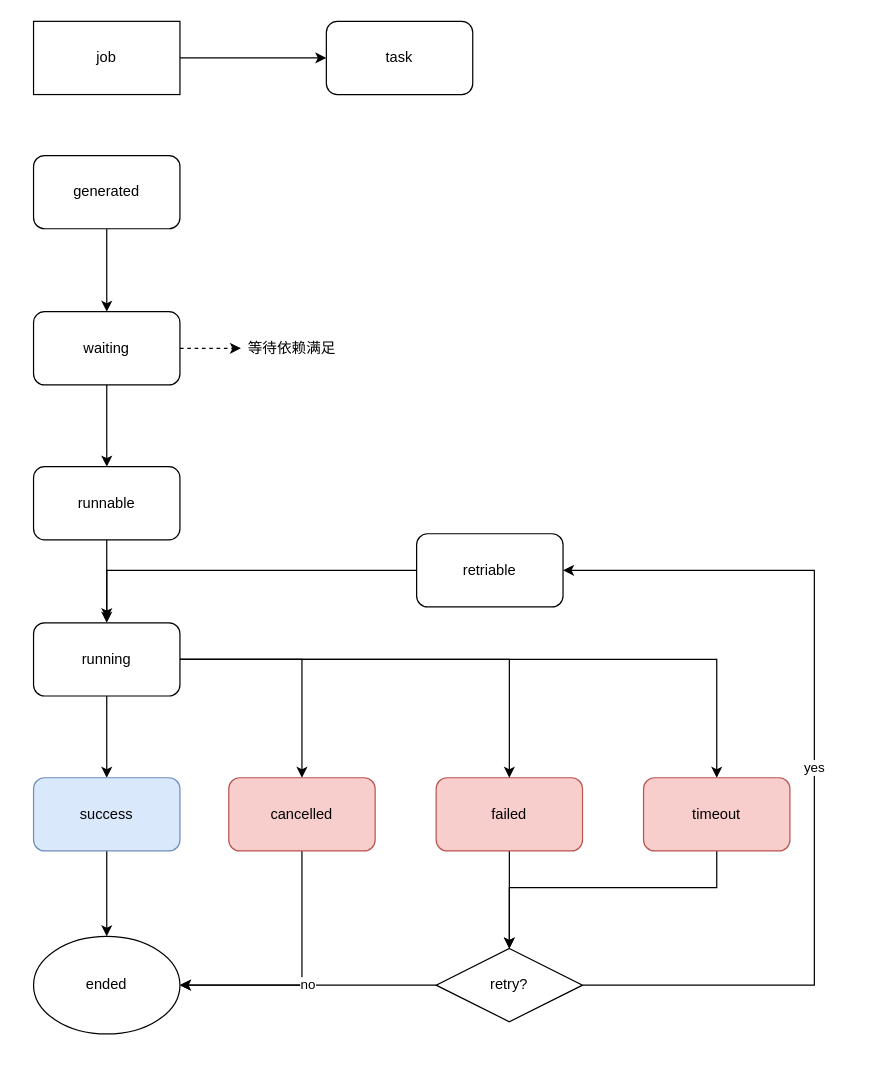
Above: page "job lifecycle" (2 of 2) of simple-scheduler.drawio in gabrywu/drawio-dag (draw.io), before the change. Source tidied: cells renumbered, new cells numbered last; positions are measured from the earlier drawing's top-left corner, leaving out a move shared by most shapes. Both pictures are drawn from the tidied source at 122%, with x=0, y=0 at pixel (33, 21).
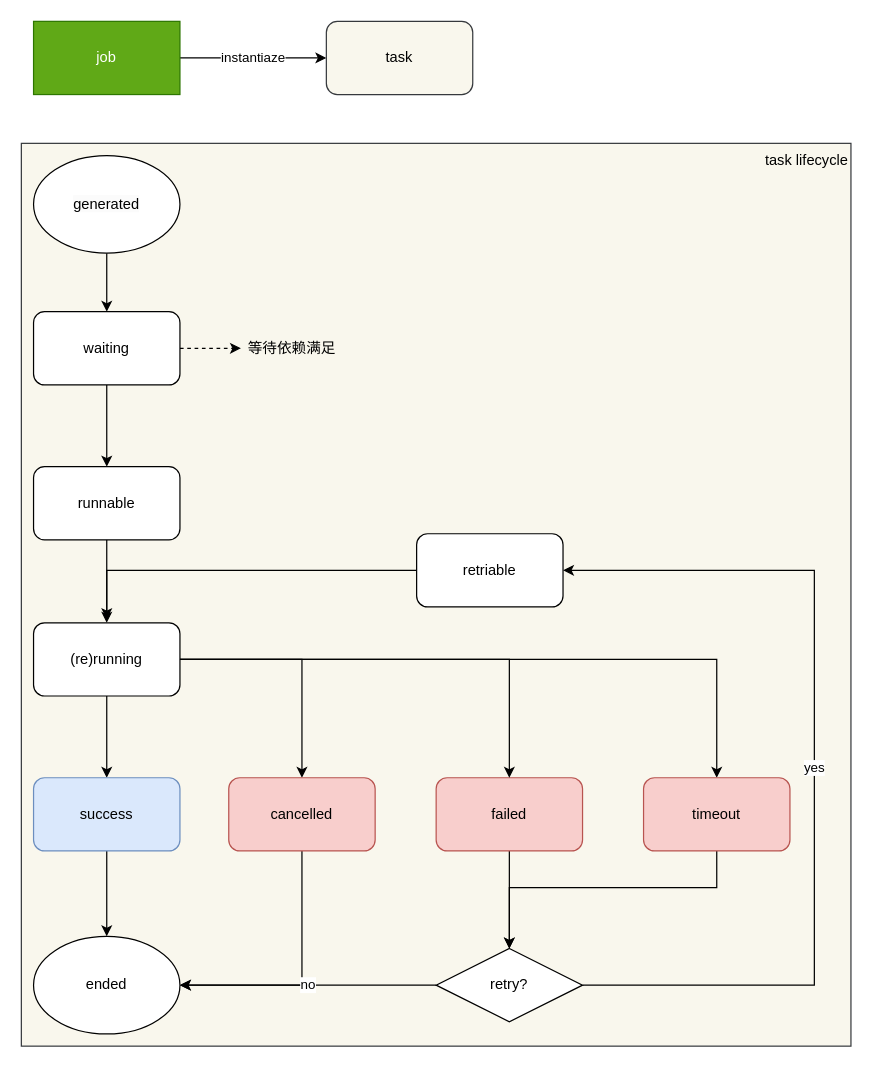
The same diagram, later.

The change refers to these unchanged cells:
```xml
<mxCell id="9" value="waiting" style="rounded=1;whiteSpace=wrap;html=1;" parent="1" vertex="1">
  <mxGeometry y="238" width="120" height="60" as="geometry" />
</mxCell>
```

What changed in the source:
```diff
@@
+    <mxCell id="32" value="task lifecycle" style="rounded=0;whiteSpace=wrap;html=1;align=right;verticalAlign=top;fillColor=#f9f7ed;strokeColor=#36393d;" parent="1" vertex="1">
+      <mxGeometry x="-10" y="100" width="680" height="740" as="geometry" />
+    </mxCell>
-    <mxCell id="2" style="edgeStyle=orthogonalEdgeStyle;rounded=0;jettySize=auto;html=1;" parent="1" edge="1" source="3" target="4">
+    <mxCell id="2" value="instantiaze" style="edgeStyle=orthogonalEdgeStyle;rounded=0;jettySize=auto;html=1;" parent="1" edge="1" source="3" target="4">
       <mxGeometry relative="1" as="geometry" />
     </mxCell>
-    <mxCell id="3" value="job" style="rounded=0;whiteSpace=wrap;html=1;" parent="1" vertex="1">
+    <mxCell id="3" value="job" style="rounded=0;whiteSpace=wrap;html=1;fillColor=#60a917;fontColor=#ffffff;strokeColor=#2D7600;" parent="1" vertex="1">
       <mxGeometry width="120" height="60" as="geometry" />
     </mxCell>
-    <mxCell id="4" value="task" style="rounded=1;whiteSpace=wrap;html=1;" parent="1" vertex="1">
+    <mxCell id="4" value="task" style="rounded=1;whiteSpace=wrap;html=1;fillColor=#f9f7ed;strokeColor=#36393d;" parent="1" vertex="1">
       <mxGeometry x="240" width="120" height="60" as="geometry" />
     </mxCell>
-    <mxCell id="5" style="edgeStyle=orthogonalEdgeStyle;rounded=0;jettySize=auto;html=1;" parent="1" edge="1" source="6" target="9">
+    <mxCell id="5" style="edgeStyle=orthogonalEdgeStyle;rounded=0;jettySize=auto;html=1;exitX=0.5;exitY=1;exitDx=0;exitDy=0;" parent="1" edge="1" source="6" target="9">
       <mxGeometry relative="1" as="geometry" />
     </mxCell>
-    <mxCell id="6" value="generated" style="rounded=1;whiteSpace=wrap;html=1;" parent="1" vertex="1">
-      <mxGeometry y="110" width="120" height="60" as="geometry" />
-    </mxCell>
@@
-    <mxCell id="15" value="running" style="rounded=1;whiteSpace=wrap;html=1;" parent="1" vertex="1">
+    <mxCell id="15" value="(re)running" style="rounded=1;whiteSpace=wrap;html=1;" parent="1" vertex="1">
       <mxGeometry y="493" width="120" height="60" as="geometry" />
     </mxCell>
@@
+    <mxCell id="6" value="&lt;span style=&quot;color: rgb(0, 0, 0); font-family: Helvetica; font-size: 12px; font-style: normal; font-variant-ligatures: normal; font-variant-caps: normal; font-weight: 400; letter-spacing: normal; orphans: 2; text-align: center; text-indent: 0px; text-transform: none; widows: 2; word-spacing: 0px; -webkit-text-stroke-width: 0px; background-color: rgb(251, 251, 251); text-decoration-thickness: initial; text-decoration-style: initial; text-decoration-color: initial; float: none; display: inline !important;&quot;&gt;generated&lt;/span&gt;" style="ellipse;whiteSpace=wrap;html=1;" parent="1" vertex="1">
+      <mxGeometry y="110" width="120" height="80" as="geometry" />
+    </mxCell>
```
